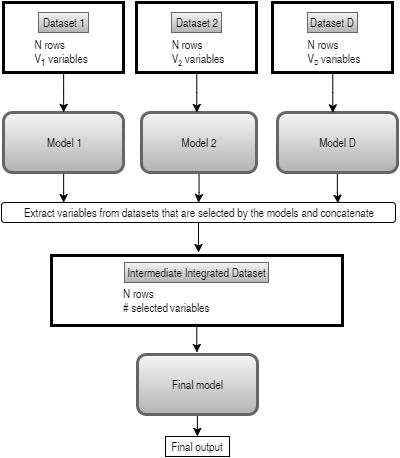
This is images/intermediate_integration.png from MichielBlueBot/Thesis, a draw.io export, as it was before one commit. Source tidied: cells renumbered, new cells last; positions are measured from the earlier drawing's top-left corner, leaving out a move shared by most shapes. The source it was exported from:
```xml
<mxGraphModel background="#ffffff">
  <root>
    <mxCell id="0" />
    <mxCell id="1" parent="0" />
    <mxCell id="2" style="group;plain-gray;" parent="1" vertex="1">
      <mxGeometry x="2" width="120" height="70" as="geometry" />
    </mxCell>
    <mxCell id="3" style="whiteSpace=wrap;html=1;strokeColor=#000000;strokeWidth=3;" parent="2" vertex="1">
      <mxGeometry width="120" height="70" as="geometry" />
    </mxCell>
    <mxCell id="4" value="Dataset 1" style="text;html=1;align=center;verticalAlign=middle;whiteSpace=wrap;overflow=hidden;plain-gray;gradientColor=#B3B3B3;" parent="2" vertex="1">
      <mxGeometry x="35" y="10" width="50" height="20" as="geometry" />
    </mxCell>
    <mxCell id="5" value="&lt;div style=&quot;text-align: left&quot;&gt;&lt;span style=&quot;line-height: 1.2&quot;&gt;N rows&lt;/span&gt;&lt;/div&gt;&lt;div style=&quot;text-align: left&quot;&gt;&lt;span&gt;V&lt;/span&gt;&lt;sub&gt;1&lt;/sub&gt;&lt;span&gt;&amp;nbsp;variables&lt;/span&gt;&lt;br&gt;&lt;/div&gt;" style="text;html=1;strokeColor=none;fillColor=none;align=center;verticalAlign=middle;whiteSpace=wrap;overflow=hidden;" parent="2" vertex="1">
      <mxGeometry x="25" y="30" width="65" height="40" as="geometry" />
    </mxCell>
    <mxCell id="6" style="group;plain-gray;strokeColor=#666666;" parent="1" vertex="1">
      <mxGeometry x="135" width="120" height="70" as="geometry" />
    </mxCell>
    <mxCell id="7" style="whiteSpace=wrap;html=1;strokeColor=#000000;strokeWidth=3;" parent="6" vertex="1">
      <mxGeometry width="120" height="70" as="geometry" />
    </mxCell>
    <mxCell id="8" value="Dataset 2" style="text;html=1;align=center;verticalAlign=middle;whiteSpace=wrap;overflow=hidden;plain-gray;gradientColor=#B3B3B3;" parent="6" vertex="1">
      <mxGeometry x="35" y="10" width="50" height="20" as="geometry" />
    </mxCell>
    <mxCell id="9" value="&lt;div style=&quot;text-align: left&quot;&gt;&lt;span style=&quot;line-height: 1.2&quot;&gt;N rows&lt;/span&gt;&lt;/div&gt;&lt;div style=&quot;text-align: left&quot;&gt;V&lt;span style=&quot;font-size: 10px ; line-height: 12px&quot;&gt;&lt;sub&gt;2&lt;/sub&gt;&lt;/span&gt;&amp;nbsp;variables&lt;br&gt;&lt;/div&gt;" style="text;html=1;strokeColor=none;fillColor=none;align=center;verticalAlign=middle;whiteSpace=wrap;overflow=hidden;" parent="6" vertex="1">
      <mxGeometry x="28" y="30" width="65" height="40" as="geometry" />
    </mxCell>
    <mxCell id="10" style="group;plain-gray;strokeColor=#660C0C;fillColor=#F5F5F5;" parent="1" vertex="1">
      <mxGeometry x="271" width="120" height="70" as="geometry" />
    </mxCell>
    <mxCell id="11" style="whiteSpace=wrap;html=1;strokeColor=#000000;strokeWidth=3;" parent="10" vertex="1">
      <mxGeometry width="120" height="70" as="geometry" />
    </mxCell>
    <mxCell id="12" value="Dataset D" style="text;html=1;align=center;verticalAlign=middle;whiteSpace=wrap;overflow=hidden;plain-gray;gradientColor=#B3B3B3;" parent="10" vertex="1">
      <mxGeometry x="35" y="10" width="50" height="20" as="geometry" />
    </mxCell>
    <mxCell id="13" value="&lt;div style=&quot;text-align: left&quot;&gt;&lt;span style=&quot;line-height: 1.2&quot;&gt;N rows&lt;/span&gt;&lt;/div&gt;&lt;div style=&quot;text-align: left&quot;&gt;V&lt;span style=&quot;font-size: 8.33333px ; line-height: 12px&quot;&gt;&lt;sub&gt;D&lt;/sub&gt;&lt;/span&gt;&amp;nbsp;variables&lt;br&gt;&lt;/div&gt;" style="text;html=1;strokeColor=none;fillColor=none;align=center;verticalAlign=middle;whiteSpace=wrap;overflow=hidden;" parent="10" vertex="1">
      <mxGeometry x="28" y="30" width="65" height="40" as="geometry" />
    </mxCell>
    <mxCell id="14" style="edgeStyle=orthogonalEdgeStyle;rounded=0;html=1;entryX=0.157;entryY=0;entryPerimeter=0;jettySize=auto;" parent="1" edge="1" source="15" target="24">
      <mxGeometry relative="1" as="geometry" />
    </mxCell>
    <mxCell id="15" value="Model 1" style="rounded=1;whiteSpace=wrap;html=1;strokeColor=#666666;strokeWidth=3;fillColor=#F5F5F5;gradientColor=#B3B3B3;" parent="1" vertex="1">
      <mxGeometry x="2" y="110" width="120" height="60" as="geometry" />
    </mxCell>
    <mxCell id="16" style="edgeStyle=orthogonalEdgeStyle;rounded=0;html=1;jettySize=auto;entryX=0.5;entryY=0;" parent="1" edge="1" source="17" target="24">
      <mxGeometry relative="1" as="geometry">
        <Array as="points">
          <mxPoint x="198" y="190" />
          <mxPoint x="197" y="190" />
        </Array>
      </mxGeometry>
    </mxCell>
    <mxCell id="17" value="Model 2" style="rounded=1;whiteSpace=wrap;html=1;strokeColor=#666666;strokeWidth=3;fillColor=#F5F5F5;gradientColor=#B3B3B3;" parent="1" vertex="1">
      <mxGeometry x="140" y="110" width="115" height="60" as="geometry" />
    </mxCell>
    <mxCell id="18" style="edgeStyle=orthogonalEdgeStyle;rounded=0;html=1;entryX=0.854;entryY=0.036;entryPerimeter=0;jettySize=auto;" parent="1" edge="1" source="19" target="24">
      <mxGeometry relative="1" as="geometry">
        <Array as="points">
          <mxPoint x="336" y="190" />
          <mxPoint x="336" y="190" />
        </Array>
      </mxGeometry>
    </mxCell>
    <mxCell id="19" value="Model D" style="rounded=1;whiteSpace=wrap;html=1;strokeColor=#666666;strokeWidth=3;fillColor=#F5F5F5;gradientColor=#B3B3B3;" parent="1" vertex="1">
      <mxGeometry x="276" y="110" width="120" height="60" as="geometry" />
    </mxCell>
    <mxCell id="20" style="edgeStyle=orthogonalEdgeStyle;rounded=0;html=1;entryX=0.5;entryY=0;jettySize=auto;" parent="1" edge="1" source="3" target="15">
      <mxGeometry x="170.1" y="190" as="geometry" />
    </mxCell>
    <mxCell id="21" style="edgeStyle=orthogonalEdgeStyle;rounded=0;html=1;jettySize=auto;" parent="1" edge="1" source="7" target="17">
      <mxGeometry x="303.3" y="190" as="geometry">
        <Array as="points">
          <mxPoint x="195" y="90" />
          <mxPoint x="195" y="90" />
        </Array>
      </mxGeometry>
    </mxCell>
    <mxCell id="22" style="edgeStyle=orthogonalEdgeStyle;rounded=0;html=1;jettySize=auto;entryX=0.461;entryY=0.007;entryPerimeter=0;" parent="1" edge="1" source="13" target="19">
      <mxGeometry x="439.3" y="190" as="geometry" />
    </mxCell>
    <mxCell id="23" style="edgeStyle=orthogonalEdgeStyle;rounded=0;html=1;jettySize=auto;" parent="1" edge="1" source="24">
      <mxGeometry relative="1" as="geometry">
        <mxPoint x="197" y="250" as="targetPoint" />
      </mxGeometry>
    </mxCell>
    <mxCell id="24" value="Extract variables from datasets that are selected by the models and concatenate" style="text;html=1;strokeColor=#000000;fillColor=#ffffff;align=center;verticalAlign=middle;whiteSpace=wrap;overflow=hidden;rounded=1;glass=0;comic=0;" parent="1" vertex="1">
      <mxGeometry y="200" width="394" height="20" as="geometry" />
    </mxCell>
    <mxCell id="25" style="edgeStyle=orthogonalEdgeStyle;rounded=0;html=1;jettySize=auto;" parent="1" edge="1" source="26">
      <mxGeometry relative="1" as="geometry">
        <mxPoint x="195.5" y="350" as="targetPoint" />
      </mxGeometry>
    </mxCell>
    <mxCell id="26" style="whiteSpace=wrap;html=1;strokeColor=#000000;strokeWidth=3;" parent="1" vertex="1">
      <mxGeometry x="50" y="253" width="291" height="70" as="geometry" />
    </mxCell>
    <mxCell id="27" value="Intermediate Integrated Dataset" style="text;html=1;align=center;verticalAlign=middle;whiteSpace=wrap;overflow=hidden;plain-gray;gradientColor=#B3B3B3;" parent="1" vertex="1">
      <mxGeometry x="123" y="260" width="144" height="20" as="geometry" />
    </mxCell>
    <mxCell id="28" value="&lt;div style=&quot;text-align: left&quot;&gt;&lt;span style=&quot;line-height: 1.2&quot;&gt;N rows&lt;/span&gt;&lt;/div&gt;&lt;div style=&quot;text-align: left&quot;&gt;# selected&lt;sub&gt;&amp;nbsp;&lt;/sub&gt;variables&lt;br&gt;&lt;/div&gt;" style="text;html=1;strokeColor=none;fillColor=none;align=left;verticalAlign=middle;whiteSpace=wrap;overflow=hidden;" parent="1" vertex="1">
      <mxGeometry x="120" y="282" width="147" height="34" as="geometry" />
    </mxCell>
    <mxCell id="29" style="edgeStyle=orthogonalEdgeStyle;rounded=0;html=1;entryX=0.5;entryY=0;jettySize=auto;" parent="1" edge="1" source="30" target="31">
      <mxGeometry relative="1" as="geometry" />
    </mxCell>
    <mxCell id="30" value="Final model" style="rounded=1;whiteSpace=wrap;html=1;strokeColor=#666666;strokeWidth=3;fillColor=#F5F5F5;gradientColor=#B3B3B3;" parent="1" vertex="1">
      <mxGeometry x="136" y="352" width="120" height="60" as="geometry" />
    </mxCell>
    <mxCell id="31" value="Final output" style="text;html=1;strokeColor=#000000;fillColor=#ffffff;align=center;verticalAlign=middle;whiteSpace=wrap;overflow=hidden;" parent="1" vertex="1">
      <mxGeometry x="164" y="434" width="64" height="20" as="geometry" />
    </mxCell>
  </root>
</mxGraphModel>
```
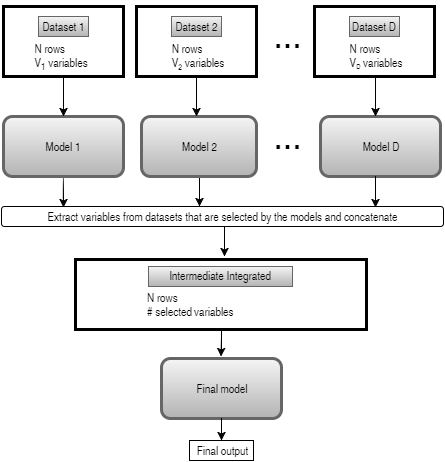
The same file after the commit.

Diff of the diagram source:
```diff
@@ -27,7 +27,7 @@
       <mxGeometry x="28" y="30" width="65" height="40" as="geometry" />
     </mxCell>
     <mxCell id="10" style="group;plain-gray;strokeColor=#660C0C;fillColor=#F5F5F5;" parent="1" vertex="1">
-      <mxGeometry x="271" width="120" height="70" as="geometry" />
+      <mxGeometry x="313" width="120" height="70" as="geometry" />
     </mxCell>
     <mxCell id="11" style="whiteSpace=wrap;html=1;strokeColor=#000000;strokeWidth=3;" parent="10" vertex="1">
       <mxGeometry width="120" height="70" as="geometry" />
@@ -38,33 +38,23 @@
     <mxCell id="13" value="&lt;div style=&quot;text-align: left&quot;&gt;&lt;span style=&quot;line-height: 1.2&quot;&gt;N rows&lt;/span&gt;&lt;/div&gt;&lt;div style=&quot;text-align: left&quot;&gt;V&lt;span style=&quot;font-size: 8.33333px ; line-height: 12px&quot;&gt;&lt;sub&gt;D&lt;/sub&gt;&lt;/span&gt;&amp;nbsp;variables&lt;br&gt;&lt;/div&gt;" style="text;html=1;strokeColor=none;fillColor=none;align=center;verticalAlign=middle;whiteSpace=wrap;overflow=hidden;" parent="10" vertex="1">
       <mxGeometry x="28" y="30" width="65" height="40" as="geometry" />
     </mxCell>
-    <mxCell id="14" style="edgeStyle=orthogonalEdgeStyle;rounded=0;html=1;entryX=0.157;entryY=0;entryPerimeter=0;jettySize=auto;" parent="1" edge="1" source="15" target="24">
-      <mxGeometry relative="1" as="geometry" />
-    </mxCell>
+    <mxCell id="32" style="edgeStyle=orthogonalEdgeStyle;curved=1;html=1;entryX=0.138;entryY=0.05;entryPerimeter=0;endArrow=classic;endFill=1;jettySize=auto;orthogonalLoop=1;" parent="1" edge="1">
+      <mxGeometry relative="1" as="geometry">
+        <mxPoint x="63" y="170" as="sourcePoint" />
+        <mxPoint x="62" y="201" as="targetPoint" />
+      </mxGeometry>
+    </mxCell>
     <mxCell id="15" value="Model 1" style="rounded=1;whiteSpace=wrap;html=1;strokeColor=#666666;strokeWidth=3;fillColor=#F5F5F5;gradientColor=#B3B3B3;" parent="1" vertex="1">
       <mxGeometry x="2" y="110" width="120" height="60" as="geometry" />
     </mxCell>
-    <mxCell id="16" style="edgeStyle=orthogonalEdgeStyle;rounded=0;html=1;jettySize=auto;entryX=0.5;entryY=0;" parent="1" edge="1" source="17" target="24">
-      <mxGeometry relative="1" as="geometry">
-        <Array as="points">
-          <mxPoint x="198" y="190" />
-          <mxPoint x="197" y="190" />
-        </Array>
-      </mxGeometry>
+    <mxCell id="16" style="edgeStyle=orthogonalEdgeStyle;curved=1;html=1;entryX=0.447;entryY=0;entryPerimeter=0;endArrow=classic;endFill=1;jettySize=auto;" parent="1" edge="1" source="17" target="24">
+      <mxGeometry relative="1" as="geometry" />
     </mxCell>
     <mxCell id="17" value="Model 2" style="rounded=1;whiteSpace=wrap;html=1;strokeColor=#666666;strokeWidth=3;fillColor=#F5F5F5;gradientColor=#B3B3B3;" parent="1" vertex="1">
       <mxGeometry x="140" y="110" width="115" height="60" as="geometry" />
     </mxCell>
-    <mxCell id="18" style="edgeStyle=orthogonalEdgeStyle;rounded=0;html=1;entryX=0.854;entryY=0.036;entryPerimeter=0;jettySize=auto;" parent="1" edge="1" source="19" target="24">
-      <mxGeometry relative="1" as="geometry">
-        <Array as="points">
-          <mxPoint x="336" y="190" />
-          <mxPoint x="336" y="190" />
-        </Array>
-      </mxGeometry>
-    </mxCell>
     <mxCell id="19" value="Model D" style="rounded=1;whiteSpace=wrap;html=1;strokeColor=#666666;strokeWidth=3;fillColor=#F5F5F5;gradientColor=#B3B3B3;" parent="1" vertex="1">
-      <mxGeometry x="276" y="110" width="120" height="60" as="geometry" />
+      <mxGeometry x="319" y="110" width="120" height="60" as="geometry" />
     </mxCell>
     <mxCell id="20" style="edgeStyle=orthogonalEdgeStyle;rounded=0;html=1;entryX=0.5;entryY=0;jettySize=auto;" parent="1" edge="1" source="3" target="15">
       <mxGeometry x="170.1" y="190" as="geometry" />
@@ -80,36 +70,53 @@
     <mxCell id="22" style="edgeStyle=orthogonalEdgeStyle;rounded=0;html=1;jettySize=auto;entryX=0.461;entryY=0.007;entryPerimeter=0;" parent="1" edge="1" source="13" target="19">
       <mxGeometry x="439.3" y="190" as="geometry" />
     </mxCell>
-    <mxCell id="23" style="edgeStyle=orthogonalEdgeStyle;rounded=0;html=1;jettySize=auto;" parent="1" edge="1" source="24">
-      <mxGeometry relative="1" as="geometry">
-        <mxPoint x="197" y="250" as="targetPoint" />
-      </mxGeometry>
-    </mxCell>
+    <mxCell id="33" style="edgeStyle=orthogonalEdgeStyle;curved=1;html=1;endArrow=classic;endFill=1;jettySize=auto;orthogonalLoop=1;" parent="1" edge="1">
+      <mxGeometry relative="1" as="geometry">
+        <mxPoint x="223" y="220" as="sourcePoint" />
+        <mxPoint x="223" y="250" as="targetPoint" />
+      </mxGeometry>
+    </mxCell>
     <mxCell id="24" value="Extract variables from datasets that are selected by the models and concatenate" style="text;html=1;strokeColor=#000000;fillColor=#ffffff;align=center;verticalAlign=middle;whiteSpace=wrap;overflow=hidden;rounded=1;glass=0;comic=0;" parent="1" vertex="1">
-      <mxGeometry y="200" width="394" height="20" as="geometry" />
+      <mxGeometry y="200" width="442" height="20" as="geometry" />
     </mxCell>
-    <mxCell id="25" style="edgeStyle=orthogonalEdgeStyle;rounded=0;html=1;jettySize=auto;" parent="1" edge="1" source="26">
-      <mxGeometry relative="1" as="geometry">
-        <mxPoint x="195.5" y="350" as="targetPoint" />
-      </mxGeometry>
-    </mxCell>
     <mxCell id="26" style="whiteSpace=wrap;html=1;strokeColor=#000000;strokeWidth=3;" parent="1" vertex="1">
-      <mxGeometry x="50" y="253" width="291" height="70" as="geometry" />
+      <mxGeometry x="74" y="253" width="291" height="70" as="geometry" />
     </mxCell>
     <mxCell id="27" value="Intermediate Integrated Dataset" style="text;html=1;align=center;verticalAlign=middle;whiteSpace=wrap;overflow=hidden;plain-gray;gradientColor=#B3B3B3;" parent="1" vertex="1">
-      <mxGeometry x="123" y="260" width="144" height="20" as="geometry" />
+      <mxGeometry x="147" y="260" width="144" height="20" as="geometry" />
     </mxCell>
     <mxCell id="28" value="&lt;div style=&quot;text-align: left&quot;&gt;&lt;span style=&quot;line-height: 1.2&quot;&gt;N rows&lt;/span&gt;&lt;/div&gt;&lt;div style=&quot;text-align: left&quot;&gt;# selected&lt;sub&gt;&amp;nbsp;&lt;/sub&gt;variables&lt;br&gt;&lt;/div&gt;" style="text;html=1;strokeColor=none;fillColor=none;align=left;verticalAlign=middle;whiteSpace=wrap;overflow=hidden;" parent="1" vertex="1">
-      <mxGeometry x="120" y="282" width="147" height="34" as="geometry" />
+      <mxGeometry x="144" y="282" width="147" height="34" as="geometry" />
     </mxCell>
+    <mxCell id="18" style="edgeStyle=orthogonalEdgeStyle;rounded=0;html=1;entryX=0.854;entryY=0.036;entryPerimeter=0;jettySize=auto;orthogonalLoop=1;" parent="1" edge="1">
+      <mxGeometry relative="1" as="geometry">
+        <mxPoint x="374" y="170" as="sourcePoint" />
+        <mxPoint x="374" y="201" as="targetPoint" />
+        <Array as="points">
+          <mxPoint x="374" y="190" />
+          <mxPoint x="374" y="190" />
+        </Array>
+      </mxGeometry>
+    </mxCell>
+    <mxCell id="30" value="Final model" style="rounded=1;whiteSpace=wrap;html=1;strokeColor=#666666;strokeWidth=3;fillColor=#F5F5F5;gradientColor=#B3B3B3;" parent="1" vertex="1">
+      <mxGeometry x="160" y="352" width="120" height="60" as="geometry" />
+    </mxCell>
+    <mxCell id="25" style="edgeStyle=orthogonalEdgeStyle;rounded=0;html=1;jettySize=auto;" parent="1" edge="1" source="26">
+      <mxGeometry relative="1" as="geometry">
+        <mxPoint x="219.5" y="350" as="targetPoint" />
+      </mxGeometry>
+    </mxCell>
+    <mxCell id="31" value="Final output" style="text;html=1;strokeColor=#000000;fillColor=#ffffff;align=center;verticalAlign=middle;whiteSpace=wrap;overflow=hidden;" parent="1" vertex="1">
+      <mxGeometry x="188" y="434" width="64" height="20" as="geometry" />
+    </mxCell>
     <mxCell id="29" style="edgeStyle=orthogonalEdgeStyle;rounded=0;html=1;entryX=0.5;entryY=0;jettySize=auto;" parent="1" edge="1" source="30" target="31">
       <mxGeometry relative="1" as="geometry" />
     </mxCell>
-    <mxCell id="30" value="Final model" style="rounded=1;whiteSpace=wrap;html=1;strokeColor=#666666;strokeWidth=3;fillColor=#F5F5F5;gradientColor=#B3B3B3;" parent="1" vertex="1">
-      <mxGeometry x="136" y="352" width="120" height="60" as="geometry" />
-    </mxCell>
-    <mxCell id="31" value="Final output" style="text;html=1;strokeColor=#000000;fillColor=#ffffff;align=center;verticalAlign=middle;whiteSpace=wrap;overflow=hidden;" parent="1" vertex="1">
-      <mxGeometry x="164" y="434" width="64" height="20" as="geometry" />
-    </mxCell>
+    <mxCell id="34" value="&lt;font style=&quot;font-size: 41px&quot;&gt;...&lt;/font&gt;" style="text;html=1;strokeColor=none;fillColor=none;align=center;verticalAlign=middle;whiteSpace=wrap;overflow=hidden;rounded=1;glass=0;comic=0;" parent="1" vertex="1">
+      <mxGeometry x="243" y="-5" width="86" height="62" as="geometry" />
+    </mxCell>
+    <mxCell id="35" value="&lt;font style=&quot;font-size: 41px&quot;&gt;...&lt;/font&gt;" style="text;html=1;strokeColor=none;fillColor=none;align=center;verticalAlign=middle;whiteSpace=wrap;overflow=hidden;rounded=1;glass=0;comic=0;" parent="1" vertex="1">
+      <mxGeometry x="243" y="96" width="86" height="62" as="geometry" />
+    </mxCell>
   </root>
 </mxGraphModel>
```
